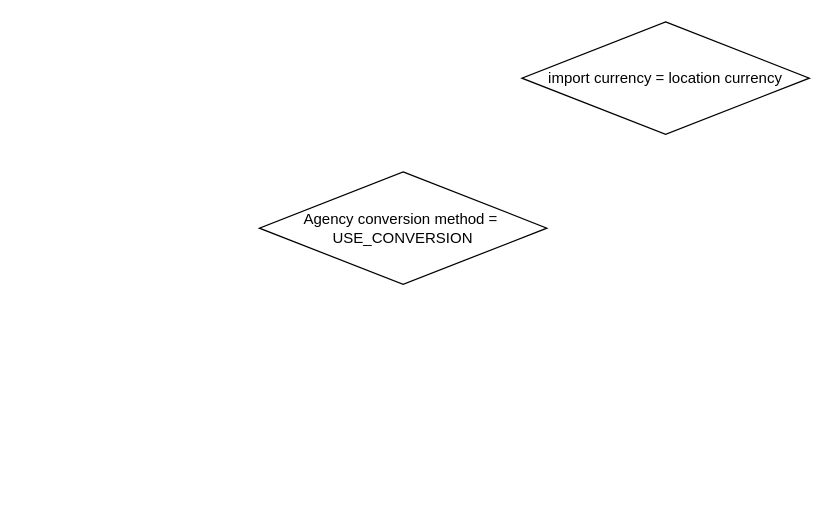
This is TH-exchange_rate_calculation.drawio from phatcharalaw/my-doc, a draw.io file, before an edit. Source tidied: cells renumbered, new cells numbered last; positions are measured from the earlier drawing's top-left corner, leaving out a move shared by most shapes. Both pictures are drawn from the tidied source at 125%, with x=0, y=0 at pixel (259, 21).
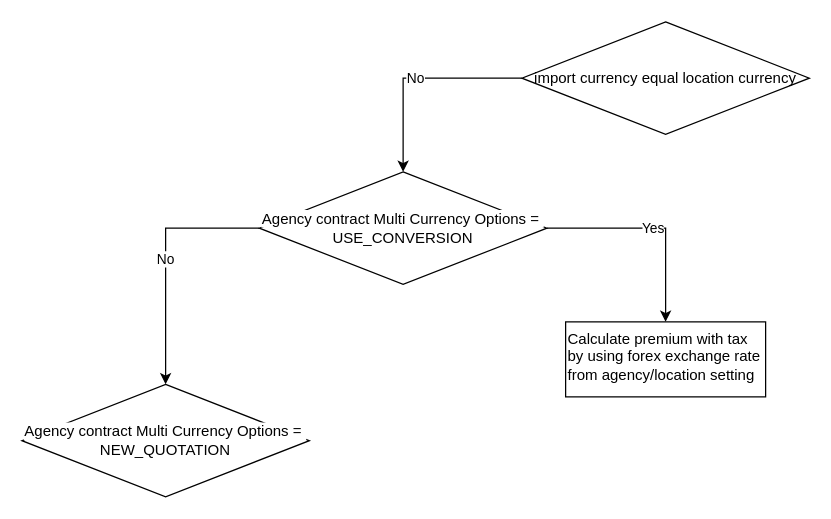
The same diagram, later.

Change to the diagram source:
```diff
@@
 <mxGraphModel>
   <root>
     <mxCell id="0" />
     <mxCell id="1" parent="0" />
+    <mxCell id="4" value="No" style="rounded=0;jettySize=auto;html=1;entryX=0.5;entryY=0;entryDx=0;entryDy=0;edgeStyle=orthogonalEdgeStyle;exitX=0;exitY=0.5;exitDx=0;exitDy=0;" parent="1" edge="1" source="2" target="3">
+      <mxGeometry relative="1" as="geometry" />
+    </mxCell>
-    <mxCell id="2" value="import currency = location currency" style="rhombus;whiteSpace=wrap;html=1;" parent="1" vertex="1">
+    <mxCell id="2" value="import currency equal location currency" style="rhombus;whiteSpace=wrap;html=1;" parent="1" vertex="1">
       <mxGeometry x="210" width="230" height="90" as="geometry" />
     </mxCell>
+    <mxCell id="5" value="No" style="edgeStyle=orthogonalEdgeStyle;rounded=0;jettySize=auto;html=1;entryX=0.5;entryY=0;entryDx=0;entryDy=0;exitX=0;exitY=0.5;exitDx=0;exitDy=0;" parent="1" edge="1" source="3" target="7">
+      <mxGeometry relative="1" as="geometry">
+        <Array as="points">
+          <mxPoint x="-75" y="165" />
+        </Array>
+      </mxGeometry>
+    </mxCell>
+    <mxCell id="6" value="Yes" style="edgeStyle=orthogonalEdgeStyle;rounded=0;jettySize=auto;html=1;entryX=0.5;entryY=0;entryDx=0;entryDy=0;" parent="1" edge="1" source="3" target="8">
+      <mxGeometry relative="1" as="geometry" />
+    </mxCell>
-    <mxCell id="3" value="Agency conversion method =&amp;nbsp;&lt;br&gt;USE_CONVERSION" style="rhombus;whiteSpace=wrap;html=1;" parent="1" vertex="1">
+    <mxCell id="3" value="&lt;span style=&quot;background-color: rgb(255 , 255 , 255)&quot;&gt;Agency contract&amp;nbsp;Multi Currency Options =&amp;nbsp;&lt;br&gt;USE_CONVERSION&lt;/span&gt;" style="rhombus;whiteSpace=wrap;html=1;" parent="1" vertex="1">
       <mxGeometry y="120" width="230" height="90" as="geometry" />
     </mxCell>
+    <mxCell id="7" value="&lt;span style=&quot;background-color: rgb(255 , 255 , 255)&quot;&gt;Agency contract&amp;nbsp;Multi Currency Options&amp;nbsp;=&amp;nbsp;&lt;br&gt;NEW_QUOTATION&lt;/span&gt;" style="rhombus;whiteSpace=wrap;html=1;" parent="1" vertex="1">
+      <mxGeometry x="-190" y="290" width="230" height="90" as="geometry" />
+    </mxCell>
+    <mxCell id="8" value="Calculate premium with tax by using forex exchange rate from agency/location setting" style="rounded=0;whiteSpace=wrap;html=1;align=left;verticalAlign=top;" parent="1" vertex="1">
+      <mxGeometry x="245" y="240" width="160" height="60" as="geometry" />
+    </mxCell>
   </root>
 </mxGraphModel>
```
